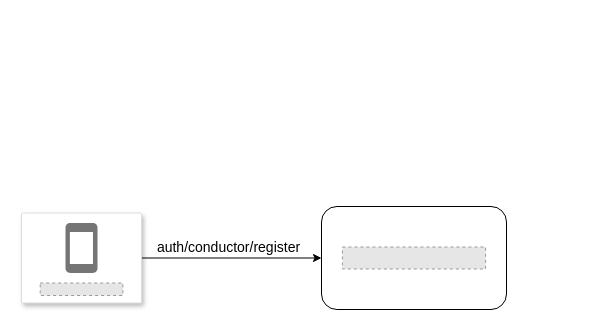
This is architecture/auth.drawio from VictorAlicino/tcc_1, a draw.io file, before an edit. Source tidied: cells renumbered, new cells numbered last; positions are measured from the earlier drawing's top-left corner, leaving out a move shared by most shapes. Both pictures are drawn from the tidied source at 100%, with x=0, y=0 at pixel (21, 206). Pictures stored in the file or linked from it are replaced by grey dashed boxes.
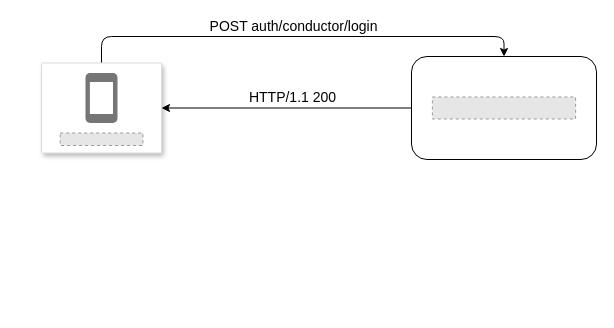
The same diagram, later.

Change to the diagram source:
```diff
@@
 <mxGraphModel>
   <root>
     <mxCell id="0" />
     <mxCell id="1" parent="0" />
-    <mxCell id="2" style="edgeStyle=none;html=1;" parent="1" edge="1" source="4" target="8">
-      <mxGeometry relative="1" as="geometry" />
+    <mxCell id="2" style="edgeStyle=orthogonalEdgeStyle;html=1;exitX=0.5;exitY=0;exitDx=0;exitDy=0;entryX=0.5;entryY=0;entryDx=0;entryDy=0;" parent="1" edge="1" source="4" target="8">
+      <mxGeometry relative="1" as="geometry">
+        <Array as="points">
+          <mxPoint x="80" y="-170" />
+          <mxPoint x="483" y="-170" />
+        </Array>
+      </mxGeometry>
     </mxCell>
-    <mxCell id="3" value="auth/conductor/register" style="edgeLabel;html=1;align=center;verticalAlign=middle;fontSize=14;fontStyle=0;" parent="2" vertex="1">
+    <mxCell id="3" value="POST auth/conductor/login" style="edgeLabel;html=1;align=center;verticalAlign=middle;fontSize=14;fontStyle=0;" parent="2" vertex="1">
       <mxGeometry x="0.24" y="-2" relative="1" as="geometry">
-        <mxPoint x="-26" y="-13" as="offset" />
+        <mxPoint x="-60" y="-13" as="offset" />
       </mxGeometry>
     </mxCell>
     <mxCell id="4" style="strokeColor=#dddddd;shadow=1;strokeWidth=1;rounded=1;absoluteArcSize=1;arcSize=2;labelPosition=center;verticalLabelPosition=middle;align=center;verticalAlign=bottom;spacingLeft=0;fontColor=#000000;fontSize=12;whiteSpace=wrap;spacingBottom=2;" parent="1" vertex="1">
-      <mxGeometry y="6.5" width="120" height="90" as="geometry" />
+      <mxGeometry x="20" y="-143.5" width="120" height="90" as="geometry" />
     </mxCell>
     <mxCell id="5" style="dashed=0;html=1;fillColor=#757575;strokeColor=none;shape=mxgraph.gcp2.phone;rounded=1;fontSize=17;" parent="4" vertex="1">
       <mxGeometry x="0.5" width="32" height="50" relative="1" as="geometry">
         <mxPoint x="-16" y="10" as="offset" />
       </mxGeometry>
     </mxCell>
     <mxCell id="6" style="fillColor=#E6E6E6;strokeColor=#999999;dashed=1;verticalLabelPosition=bottom;labelBackgroundColor=default;verticalAlign=top;" parent="4" vertex="1">
       <mxGeometry x="18.7" y="70" width="82.7" height="12.5" as="geometry" />
     </mxCell>
     <mxCell id="7" style="group;" parent="1" vertex="1">
-      <mxGeometry x="300" width="185" height="103" as="geometry" />
+      <mxGeometry x="390" y="-150" width="185" height="103" as="geometry" />
     </mxCell>
     <mxCell id="8" style="rounded=1;whiteSpace=wrap;html=1;fontSize=21;" parent="7" vertex="1">
       <mxGeometry width="185" height="103" as="geometry" />
     </mxCell>
     <mxCell id="9" style="fillColor=#E6E6E6;strokeColor=#999999;dashed=1;verticalLabelPosition=bottom;labelBackgroundColor=default;verticalAlign=top;" parent="7" vertex="1">
       <mxGeometry x="20.9" y="40.5" width="143.2" height="22" as="geometry" />
     </mxCell>
+    <mxCell id="10" style="edgeStyle=none;html=1;entryX=1;entryY=0.5;entryDx=0;entryDy=0;" parent="1" edge="1" source="8" target="4">
+      <mxGeometry relative="1" as="geometry" />
+    </mxCell>
+    <mxCell id="11" value="HTTP/1.1 200" style="edgeLabel;html=1;align=center;verticalAlign=middle;fontSize=14;" parent="10" vertex="1">
+      <mxGeometry x="0.01" y="-2" relative="1" as="geometry">
+        <mxPoint x="6" y="-9" as="offset" />
+      </mxGeometry>
+    </mxCell>
   </root>
 </mxGraphModel>
```
